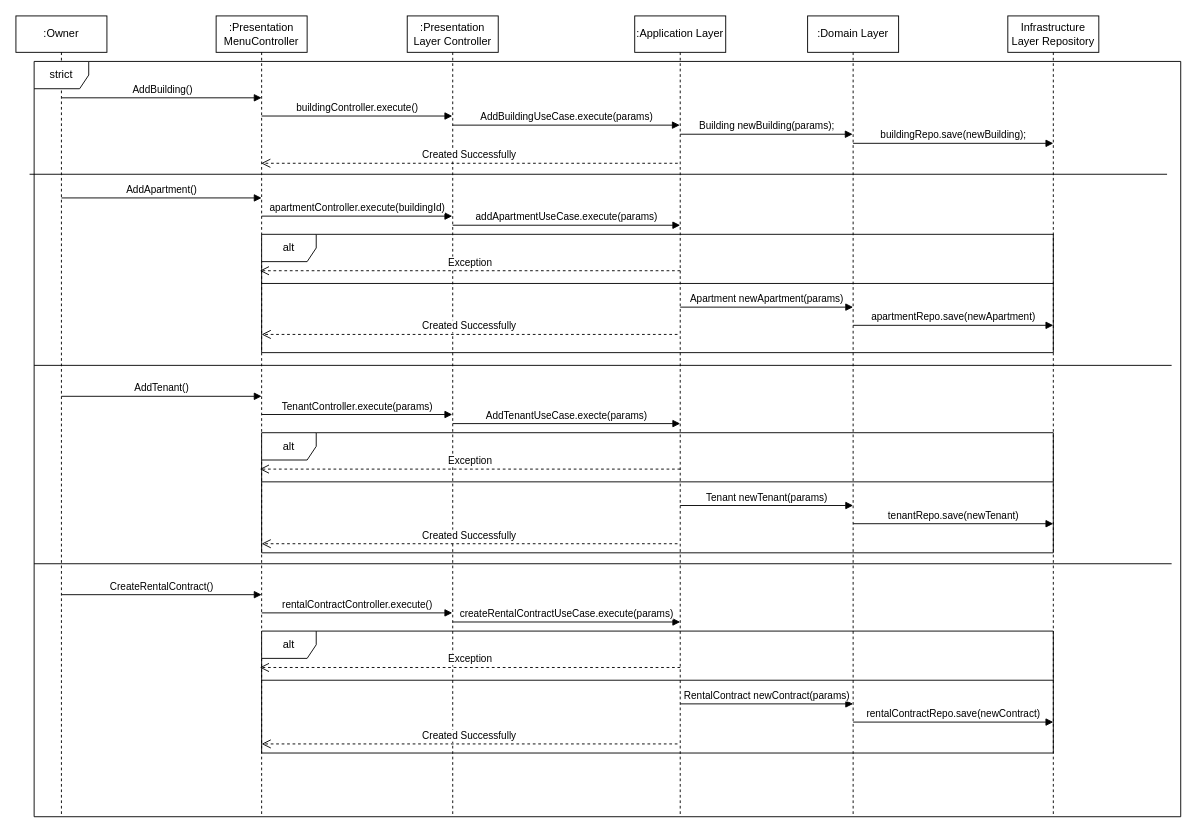
This is page "Page-1" (1 of 2) of docs/Sequence Diagram 2 Bawably.drawio from AbdoAqll/Bawably, a draw.io file, before an edit. Source tidied: cells renumbered, new cells numbered last; positions are measured from the earlier drawing's top-left corner, leaving out a move shared by most shapes. Both pictures are drawn from the tidied source at 91%, with x=0, y=0 at pixel (15, 15).
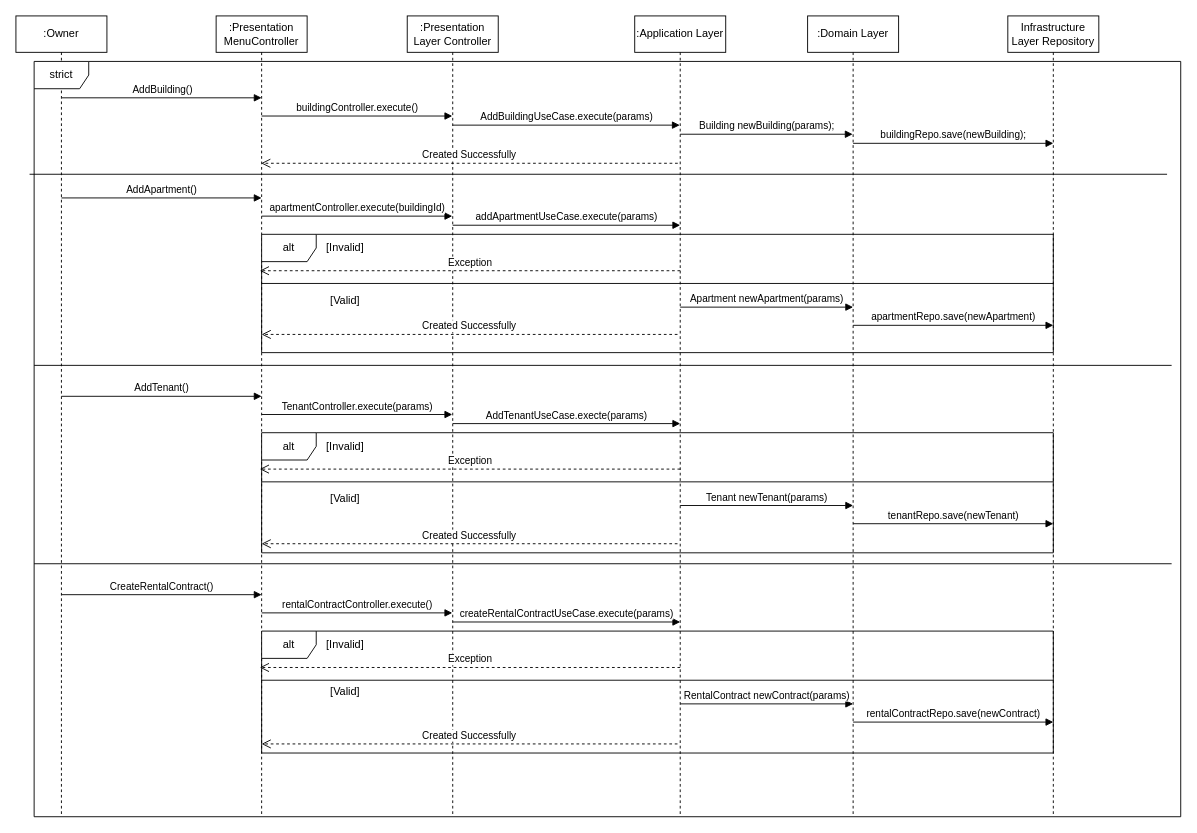
The same page after the edit.

Commit message (it also covers changes not shown here):
Fixing diagrams problems.

Change to the diagram source:
```diff
@@
+    <mxCell id="45" value="[Valid]" style="text;html=1;whiteSpace=wrap;strokeColor=none;fillColor=none;align=center;verticalAlign=middle;rounded=0;" parent="1" vertex="1">
+      <mxGeometry x="332" y="298" width="60" height="30" as="geometry" />
+    </mxCell>
+    <mxCell id="46" value="[Invalid]" style="text;html=1;whiteSpace=wrap;strokeColor=none;fillColor=none;align=center;verticalAlign=middle;rounded=0;" parent="1" vertex="1">
+      <mxGeometry x="332" y="240" width="60" height="30" as="geometry" />
+    </mxCell>
+    <mxCell id="47" value="[Invalid]" style="text;html=1;whiteSpace=wrap;strokeColor=none;fillColor=none;align=center;verticalAlign=middle;rounded=0;" parent="1" vertex="1">
+      <mxGeometry x="332" y="676" width="60" height="30" as="geometry" />
+    </mxCell>
+    <mxCell id="48" value="[Invalid]" style="text;html=1;whiteSpace=wrap;strokeColor=none;fillColor=none;align=center;verticalAlign=middle;rounded=0;" parent="1" vertex="1">
+      <mxGeometry x="332" y="458" width="60" height="30" as="geometry" />
+    </mxCell>
+    <mxCell id="49" value="[Valid]" style="text;html=1;whiteSpace=wrap;strokeColor=none;fillColor=none;align=center;verticalAlign=middle;rounded=0;" parent="1" vertex="1">
+      <mxGeometry x="332" y="516" width="60" height="30" as="geometry" />
+    </mxCell>
+    <mxCell id="50" value="[Valid]" style="text;html=1;whiteSpace=wrap;strokeColor=none;fillColor=none;align=center;verticalAlign=middle;rounded=0;" parent="1" vertex="1">
+      <mxGeometry x="332" y="728" width="60" height="30" as="geometry" />
+    </mxCell>
```
